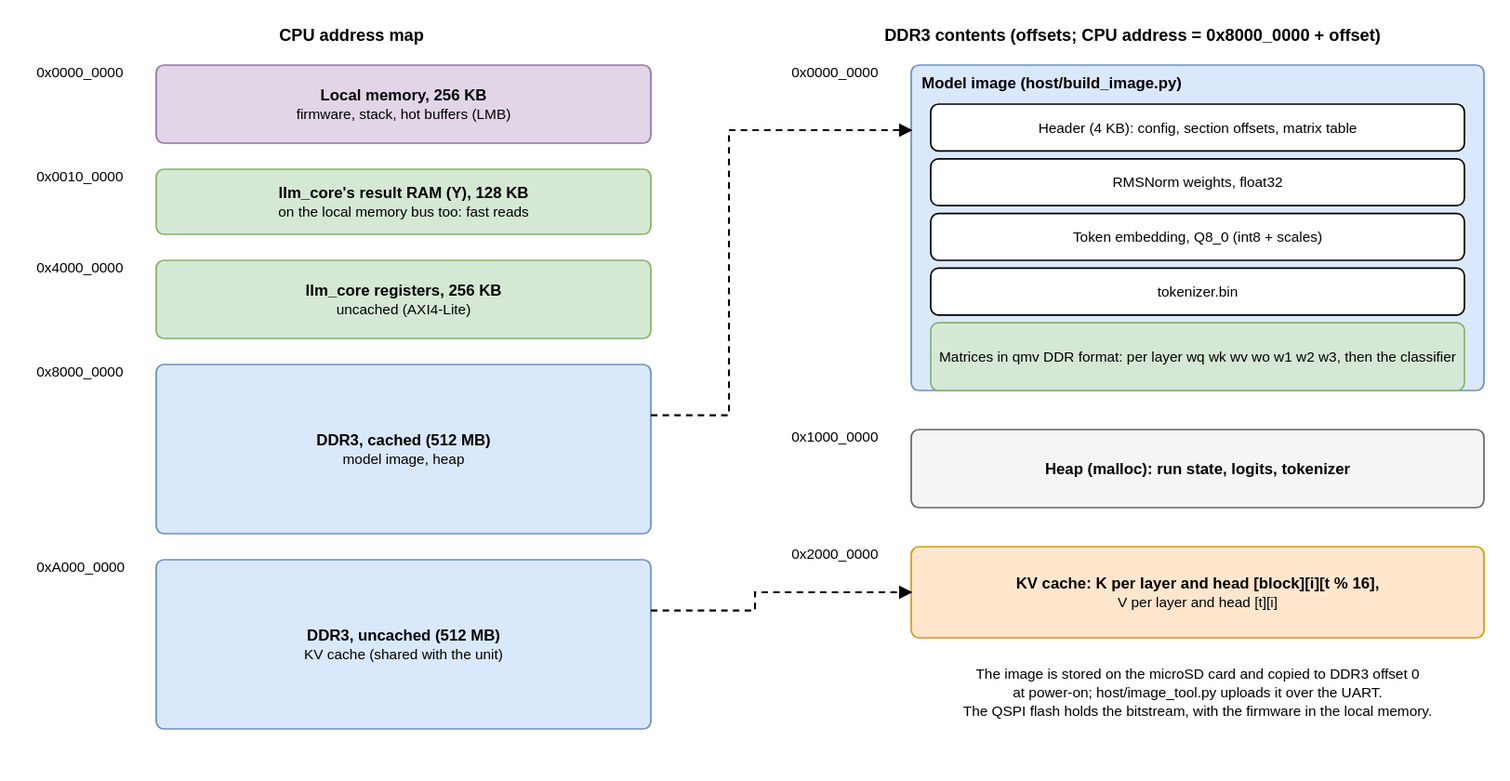
The draw.io diagram docs/diagrams/memory.drawio.svg in tenderribs/llm_fpga, before a commit. Source tidied: cells renumbered, new cells last; positions are measured from the earlier drawing's top-left corner, leaving out a move shared by most shapes.
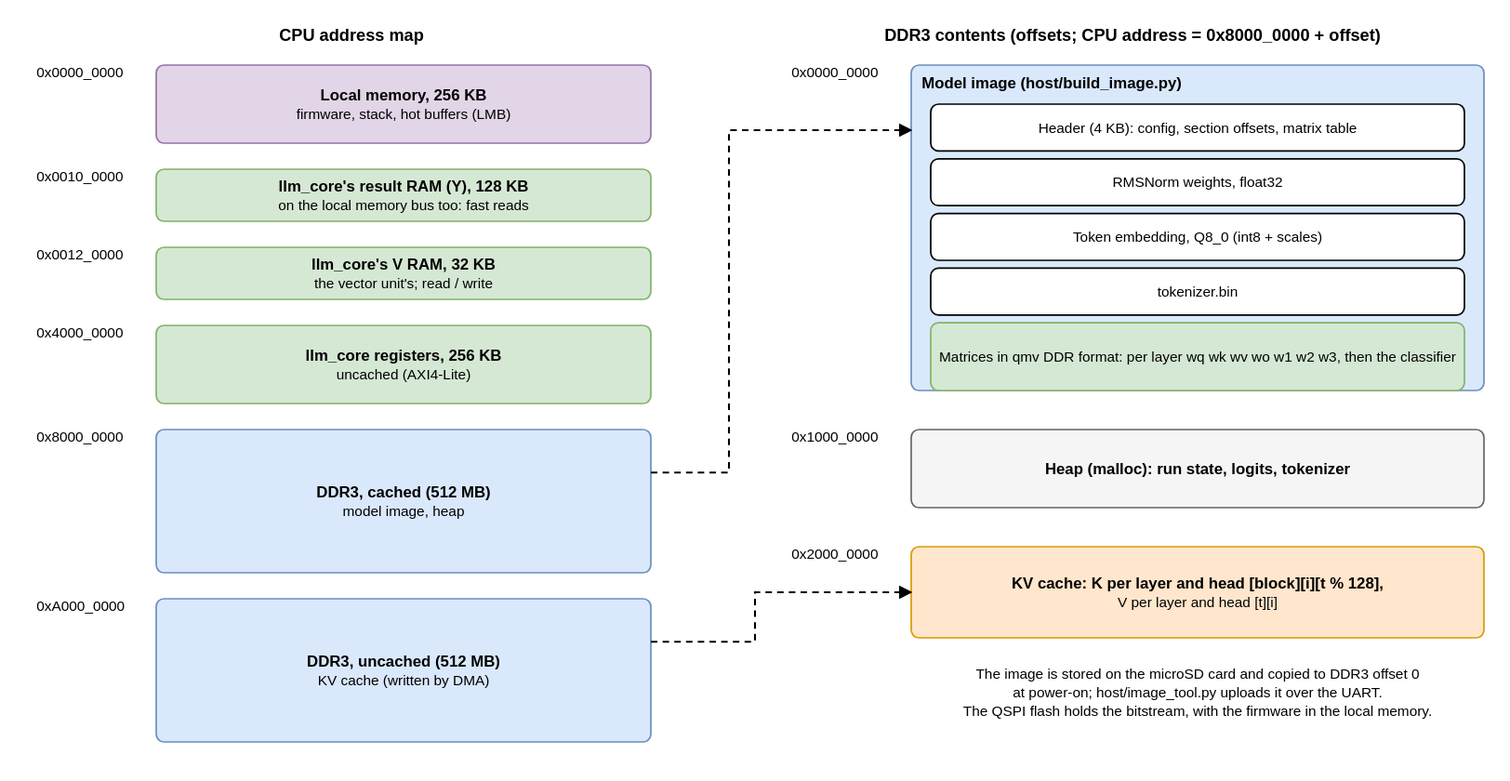
The same diagram one commit later.

Commit message:
Docs: diagrams with the vector unit, 8-lane attention, KV DMA

Diff of the diagram source:
```diff
@@ -18,26 +18,32 @@
       <mxGeometry y="107" width="100" height="16" as="geometry" />
     </mxCell>
     <mxCell id="7" value="&lt;b&gt;llm_core&amp;#x27;s result RAM (Y), 128 KB&lt;/b&gt;&lt;br&gt;&lt;font style=&quot;font-size: 11px;&quot;&gt;on the local memory bus too: fast reads&lt;/font&gt;" style="rounded=1;whiteSpace=wrap;html=1;fillColor=#d5e8d4;strokeColor=#82b366;fontFamily=Helvetica;fontSize=12;arcSize=6;absoluteArcSize=1;" parent="1" vertex="1">
-      <mxGeometry x="100" y="115" width="380" height="50" as="geometry" />
+      <mxGeometry x="100" y="115" width="380" height="40" as="geometry" />
     </mxCell>
-    <mxCell id="8" value="0x4000_0000" style="text;html=1;align=left;verticalAlign=middle;fontFamily=Helvetica;fontSize=11;" parent="1" vertex="1">
-      <mxGeometry y="177" width="100" height="16" as="geometry" />
+    <mxCell id="8" value="0x0012_0000" style="text;html=1;align=left;verticalAlign=middle;fontFamily=Helvetica;fontSize=11;" parent="1" vertex="1">
+      <mxGeometry y="167" width="100" height="16" as="geometry" />
     </mxCell>
-    <mxCell id="9" value="&lt;b&gt;llm_core registers, 256 KB&lt;/b&gt;&lt;br&gt;&lt;font style=&quot;font-size: 11px;&quot;&gt;uncached (AXI4-Lite)&lt;/font&gt;" style="rounded=1;whiteSpace=wrap;html=1;fillColor=#d5e8d4;strokeColor=#82b366;fontFamily=Helvetica;fontSize=12;arcSize=6;absoluteArcSize=1;" parent="1" vertex="1">
-      <mxGeometry x="100" y="185" width="380" height="60" as="geometry" />
+    <mxCell id="9" value="&lt;b&gt;llm_core&amp;#x27;s V RAM, 32 KB&lt;/b&gt;&lt;br&gt;&lt;font style=&quot;font-size: 11px;&quot;&gt;the vector unit&amp;#x27;s; read / write&lt;/font&gt;" style="rounded=1;whiteSpace=wrap;html=1;fillColor=#d5e8d4;strokeColor=#82b366;fontFamily=Helvetica;fontSize=12;arcSize=6;absoluteArcSize=1;" parent="1" vertex="1">
+      <mxGeometry x="100" y="175" width="380" height="40" as="geometry" />
     </mxCell>
-    <mxCell id="10" value="0x8000_0000" style="text;html=1;align=left;verticalAlign=middle;fontFamily=Helvetica;fontSize=11;" parent="1" vertex="1">
-      <mxGeometry y="257" width="100" height="16" as="geometry" />
+    <mxCell id="10" value="0x4000_0000" style="text;html=1;align=left;verticalAlign=middle;fontFamily=Helvetica;fontSize=11;" parent="1" vertex="1">
+      <mxGeometry y="227" width="100" height="16" as="geometry" />
     </mxCell>
-    <mxCell id="11" value="&lt;b&gt;DDR3, cached (512 MB)&lt;/b&gt;&lt;br&gt;&lt;font style=&quot;font-size: 11px;&quot;&gt;model image, heap&lt;/font&gt;" style="rounded=1;whiteSpace=wrap;html=1;fillColor=#dae8fc;strokeColor=#6c8ebf;fontFamily=Helvetica;fontSize=12;arcSize=6;absoluteArcSize=1;" parent="1" vertex="1">
-      <mxGeometry x="100" y="265" width="380" height="130" as="geometry" />
+    <mxCell id="11" value="&lt;b&gt;llm_core registers, 256 KB&lt;/b&gt;&lt;br&gt;&lt;font style=&quot;font-size: 11px;&quot;&gt;uncached (AXI4-Lite)&lt;/font&gt;" style="rounded=1;whiteSpace=wrap;html=1;fillColor=#d5e8d4;strokeColor=#82b366;fontFamily=Helvetica;fontSize=12;arcSize=6;absoluteArcSize=1;" parent="1" vertex="1">
+      <mxGeometry x="100" y="235" width="380" height="60" as="geometry" />
     </mxCell>
-    <mxCell id="12" value="0xA000_0000" style="text;html=1;align=left;verticalAlign=middle;fontFamily=Helvetica;fontSize=11;" parent="1" vertex="1">
-      <mxGeometry y="407" width="100" height="16" as="geometry" />
+    <mxCell id="12" value="0x8000_0000" style="text;html=1;align=left;verticalAlign=middle;fontFamily=Helvetica;fontSize=11;" parent="1" vertex="1">
+      <mxGeometry y="307" width="100" height="16" as="geometry" />
     </mxCell>
-    <mxCell id="13" value="&lt;b&gt;DDR3, uncached (512 MB)&lt;/b&gt;&lt;br&gt;&lt;font style=&quot;font-size: 11px;&quot;&gt;KV cache (shared with the unit)&lt;/font&gt;" style="rounded=1;whiteSpace=wrap;html=1;fillColor=#dae8fc;strokeColor=#6c8ebf;fontFamily=Helvetica;fontSize=12;arcSize=6;absoluteArcSize=1;" parent="1" vertex="1">
-      <mxGeometry x="100" y="415" width="380" height="130" as="geometry" />
+    <mxCell id="13" value="&lt;b&gt;DDR3, cached (512 MB)&lt;/b&gt;&lt;br&gt;&lt;font style=&quot;font-size: 11px;&quot;&gt;model image, heap&lt;/font&gt;" style="rounded=1;whiteSpace=wrap;html=1;fillColor=#dae8fc;strokeColor=#6c8ebf;fontFamily=Helvetica;fontSize=12;arcSize=6;absoluteArcSize=1;" parent="1" vertex="1">
+      <mxGeometry x="100" y="315" width="380" height="110" as="geometry" />
     </mxCell>
+    <mxCell id="28" value="0xA000_0000" style="text;html=1;align=left;verticalAlign=middle;fontFamily=Helvetica;fontSize=11;" parent="1" vertex="1">
+      <mxGeometry y="437" width="100" height="16" as="geometry" />
+    </mxCell>
+    <mxCell id="29" value="&lt;b&gt;DDR3, uncached (512 MB)&lt;/b&gt;&lt;br&gt;&lt;font style=&quot;font-size: 11px;&quot;&gt;KV cache (written by DMA)&lt;/font&gt;" style="rounded=1;whiteSpace=wrap;html=1;fillColor=#dae8fc;strokeColor=#6c8ebf;fontFamily=Helvetica;fontSize=12;arcSize=6;absoluteArcSize=1;" parent="1" vertex="1">
+      <mxGeometry x="100" y="445" width="380" height="110" as="geometry" />
+    </mxCell>
     <mxCell id="14" value="0x0000_0000" style="text;html=1;align=left;verticalAlign=middle;fontFamily=Helvetica;fontSize=11;" parent="1" vertex="1">
       <mxGeometry x="580" y="27" width="100" height="16" as="geometry" />
     </mxCell>
@@ -53,7 +59,7 @@
     <mxCell id="18" value="0x2000_0000" style="text;html=1;align=left;verticalAlign=middle;fontFamily=Helvetica;fontSize=11;" parent="1" vertex="1">
       <mxGeometry x="580" y="397" width="100" height="16" as="geometry" />
     </mxCell>
-    <mxCell id="19" value="&lt;b&gt;KV cache: K per layer and head [block][i][t % 16],&lt;/b&gt;&lt;br&gt;&lt;font style=&quot;font-size: 11px;&quot;&gt;V per layer and head [t][i]&lt;/font&gt;" style="rounded=1;whiteSpace=wrap;html=1;fillColor=#ffe6cc;strokeColor=#d79b00;fontFamily=Helvetica;fontSize=12;arcSize=6;absoluteArcSize=1;" parent="1" vertex="1">
+    <mxCell id="19" value="&lt;b&gt;KV cache: K per layer and head [block][i][t % 128],&lt;/b&gt;&lt;br&gt;&lt;font style=&quot;font-size: 11px;&quot;&gt;V per layer and head [t][i]&lt;/font&gt;" style="rounded=1;whiteSpace=wrap;html=1;fillColor=#ffe6cc;strokeColor=#d79b00;fontFamily=Helvetica;fontSize=12;arcSize=6;absoluteArcSize=1;" parent="1" vertex="1">
       <mxGeometry x="680" y="405" width="440" height="70" as="geometry" />
     </mxCell>
     <mxCell id="20" value="Header (4 KB): config, section offsets, matrix table" style="rounded=1;whiteSpace=wrap;html=1;fillColor=#ffffff;strokeColor=#000000;fontFamily=Helvetica;fontSize=11;arcSize=6;absoluteArcSize=1;" parent="1" vertex="1">
@@ -74,21 +80,21 @@
     <mxCell id="25" value="The image is stored on the microSD card and copied to DDR3 offset 0&lt;br&gt;at power-on; host/image_tool.py uploads it over the UART.&lt;br&gt;The QSPI flash holds the bitstream, with the firmware in the local memory." style="text;html=1;align=center;verticalAlign=middle;fontFamily=Helvetica;fontSize=11;" parent="1" vertex="1">
       <mxGeometry x="680" y="490" width="440" height="54" as="geometry" />
     </mxCell>
-    <mxCell id="26" style="edgeStyle=none;html=1;rounded=0;endArrow=block;endFill=1;strokeColor=#000000;strokeWidth=1.5;exitX=1;exitY=0.3;exitDx=0;exitDy=0;entryX=0;entryY=0.2;entryDx=0;entryDy=0;dashed=1;" parent="1" edge="1" source="11" target="15">
-      <mxGeometry relative="1" as="geometry">
-        <Array as="points">
-          <mxPoint x="540" y="304" />
-          <mxPoint x="540" y="85" />
-        </Array>
-      </mxGeometry>
-    </mxCell>
-    <mxCell id="27" style="edgeStyle=none;html=1;rounded=0;endArrow=block;endFill=1;strokeColor=#000000;strokeWidth=1.5;exitX=1;exitY=0.3;exitDx=0;exitDy=0;entryX=0;entryY=0.5;entryDx=0;entryDy=0;dashed=1;" parent="1" edge="1" source="13" target="19">
-      <mxGeometry relative="1" as="geometry">
-        <Array as="points">
-          <mxPoint x="560" y="454" />
-          <mxPoint x="560" y="440" />
-        </Array>
-      </mxGeometry>
-    </mxCell>
+    <mxCell id="30" style="edgeStyle=none;html=1;rounded=0;endArrow=block;endFill=1;strokeColor=#000000;strokeWidth=1.5;exitX=1;exitY=0.3;exitDx=0;exitDy=0;entryX=0;entryY=0.2;entryDx=0;entryDy=0;dashed=1;" parent="1" edge="1" source="13" target="15">
+      <mxGeometry relative="1" as="geometry">
+        <Array as="points">
+          <mxPoint x="540" y="348" />
+          <mxPoint x="540" y="85" />
+        </Array>
+      </mxGeometry>
+    </mxCell>
+    <mxCell id="31" style="edgeStyle=none;html=1;rounded=0;endArrow=block;endFill=1;strokeColor=#000000;strokeWidth=1.5;exitX=1;exitY=0.3;exitDx=0;exitDy=0;entryX=0;entryY=0.5;entryDx=0;entryDy=0;dashed=1;" parent="1" edge="1" source="29" target="19">
+      <mxGeometry relative="1" as="geometry">
+        <Array as="points">
+          <mxPoint x="560" y="478" />
+          <mxPoint x="560" y="440" />
+        </Array>
+      </mxGeometry>
+    </mxCell>
   </root>
 </mxGraphModel>
```
